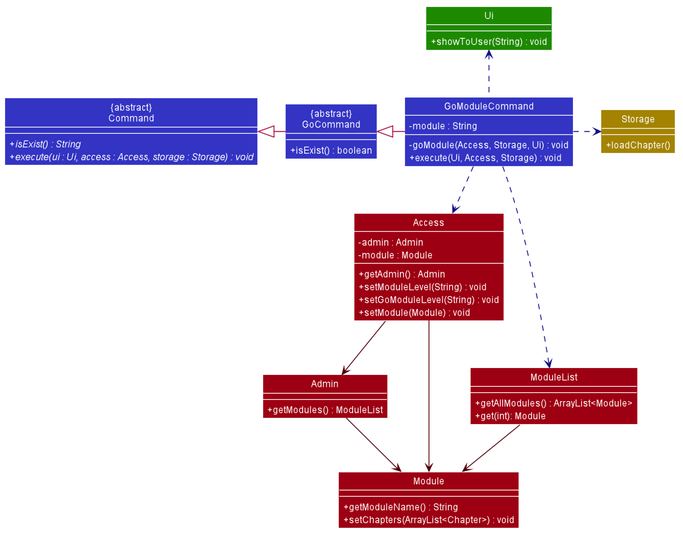
nus-cs2113-AY2021S1/tp keeps this PlantUML diagram as docs/UML/AccessModuleCommandClass.png. Above is the earlier version.
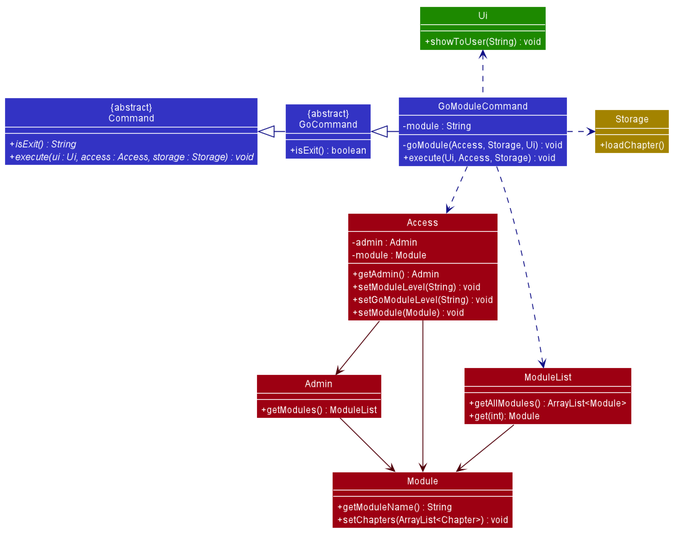
After the change.

The edit, as a diff of the source:
```diff
@@ -54,11 +54,11 @@
 skinparam arrowThickness 1.1
 
 Class "{abstract}\nGoCommand" as GoCommand #3333C4 {
-  + isExist() : boolean
+  + isExit() : boolean
 }
 
 Class "{abstract}\nCommand" as Command #3333C4 {
-  + {abstract} isExist() : String
+  + {abstract} isExit() : String
   + {abstract} execute(ui : Ui, access : Access, storage : Storage) : void
 }
 
@@ -99,8 +99,8 @@
     + execute(Ui, Access, Storage) : void
 }
 
-GoCommand <|-right- GoModuleCommand
-Command <|-right- GoCommand
+GoCommand <|-right[#101086]- GoModuleCommand
+Command <|-right[#101086]- GoCommand
 
 GoModuleCommand .down[#101086].> Access
 GoModuleCommand .right[#101086].> Storage
```
